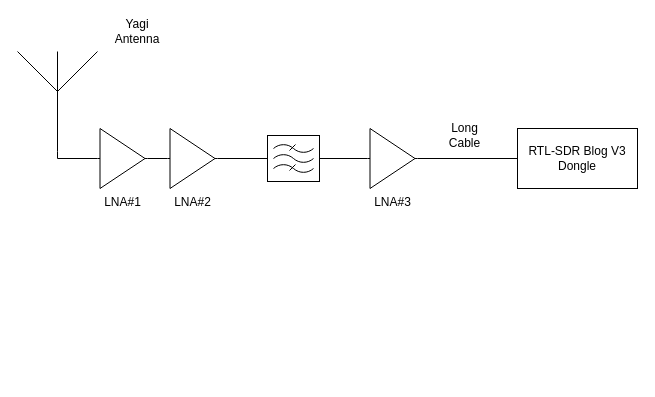
This is RadioTelescopeSystemDiagram.drawio from m0zjo-code/Hydrogen-Line-Amateur-Radio-Astronomy-on-a-Budget, a draw.io file, before an edit. Source tidied: cells renumbered, new cells numbered last; positions are measured from the earlier drawing's top-left corner, leaving out a move shared by most shapes. Both pictures are drawn from the tidied source at 100%, with x=0, y=0 at pixel (17, 21).
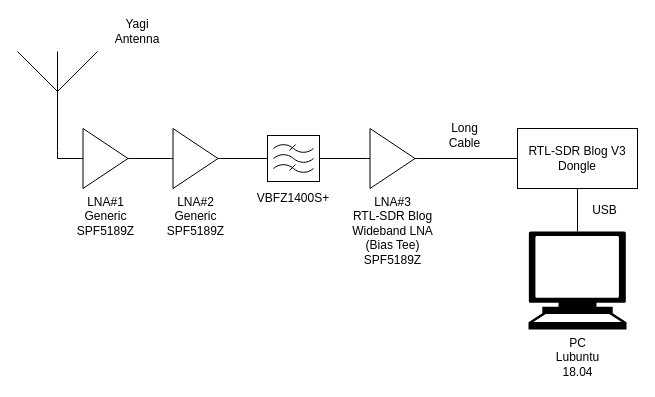
After the change.

Unchanged cells that the change refers to:
```xml
<mxCell id="12" value="&lt;div&gt;RTL-SDR Blog V3 Dongle&lt;br&gt;&lt;/div&gt;" style="rounded=0;whiteSpace=wrap;html=1;" parent="1" vertex="1">
  <mxGeometry x="500" y="107" width="120" height="60" as="geometry" />
</mxCell>
```

Change to the diagram source:
```diff
@@
-    <mxCell id="7" value="LNA#1" style="verticalLabelPosition=bottom;shadow=0;dashed=0;align=center;fillColor=#ffffff;html=1;verticalAlign=top;strokeWidth=1;shape=mxgraph.electrical.abstract.amplifier;" parent="1" vertex="1">
-      <mxGeometry x="80" y="107" width="50" height="60" as="geometry" />
+    <mxCell id="7" value="&lt;div&gt;LNA#1&lt;/div&gt;&lt;div&gt;Generic&lt;/div&gt;&lt;div&gt;SPF5189Z&lt;/div&gt;" style="verticalLabelPosition=bottom;shadow=0;dashed=0;align=center;fillColor=#ffffff;html=1;verticalAlign=top;strokeWidth=1;shape=mxgraph.electrical.abstract.amplifier;" parent="1" vertex="1">
+      <mxGeometry x="63" y="107" width="50" height="60" as="geometry" />
     </mxCell>
@@
-    <mxCell id="9" value="LNA#2" style="verticalLabelPosition=bottom;shadow=0;dashed=0;align=center;fillColor=#ffffff;html=1;verticalAlign=top;strokeWidth=1;shape=mxgraph.electrical.abstract.amplifier;" parent="1" vertex="1">
-      <mxGeometry x="150" y="107" width="50" height="60" as="geometry" />
+    <mxCell id="9" value="&lt;div&gt;LNA#2&lt;/div&gt;&lt;div&gt;Generic&lt;br&gt;&lt;/div&gt;&lt;div&gt;SPF5189Z&lt;/div&gt;" style="verticalLabelPosition=bottom;shadow=0;dashed=0;align=center;fillColor=#ffffff;html=1;verticalAlign=top;strokeWidth=1;shape=mxgraph.electrical.abstract.amplifier;" parent="1" vertex="1">
+      <mxGeometry x="153" y="107" width="50" height="60" as="geometry" />
     </mxCell>
@@
-    <mxCell id="11" value="LNA#3" style="verticalLabelPosition=bottom;shadow=0;dashed=0;align=center;fillColor=#ffffff;html=1;verticalAlign=top;strokeWidth=1;shape=mxgraph.electrical.abstract.amplifier;" parent="1" vertex="1">
+    <mxCell id="11" value="&lt;div&gt;LNA#3&lt;/div&gt;&lt;div&gt;RTL-SDR Blog&lt;/div&gt;&lt;div&gt;Wideband LNA &lt;br&gt;&lt;/div&gt;&lt;div&gt;(Bias Tee)&lt;br&gt;&lt;/div&gt;&lt;div&gt;SPF5189Z&lt;/div&gt;" style="verticalLabelPosition=bottom;shadow=0;dashed=0;align=center;fillColor=#ffffff;html=1;verticalAlign=top;strokeWidth=1;shape=mxgraph.electrical.abstract.amplifier;" parent="1" vertex="1">
       <mxGeometry x="350" y="107" width="50" height="60" as="geometry" />
     </mxCell>
+    <mxCell id="15" style="edgeStyle=orthogonalEdgeStyle;rounded=0;jettySize=auto;html=1;exitX=0.5;exitY=1;exitDx=0;exitDy=0;entryX=0.5;entryY=0;entryDx=0;entryDy=0;entryPerimeter=0;endArrow=none;endFill=0;" parent="1" edge="1" source="12" target="17">
+      <mxGeometry relative="1" as="geometry" />
+    </mxCell>
@@
+    <mxCell id="16" value="VBFZ1400S+" style="text;html=1;strokeColor=none;fillColor=none;align=center;verticalAlign=middle;whiteSpace=wrap;rounded=0;" parent="1" vertex="1">
+      <mxGeometry x="226" y="167" width="100" height="20" as="geometry" />
+    </mxCell>
+    <mxCell id="17" value="&lt;div&gt;PC&lt;/div&gt;&lt;div&gt;Lubuntu&lt;/div&gt;&lt;div&gt;18.04&lt;br&gt;&lt;/div&gt;" style="shape=mxgraph.signs.tech.computer;html=1;fillColor=#000000;strokeColor=none;verticalLabelPosition=bottom;verticalAlign=top;align=center;" parent="1" vertex="1">
+      <mxGeometry x="511" y="210" width="98" height="98" as="geometry" />
+    </mxCell>
+    <mxCell id="18" value="USB" style="text;html=1;strokeColor=none;fillColor=none;align=center;verticalAlign=middle;whiteSpace=wrap;rounded=0;" parent="1" vertex="1">
+      <mxGeometry x="570" y="179" width="35" height="20" as="geometry" />
+    </mxCell>
```
